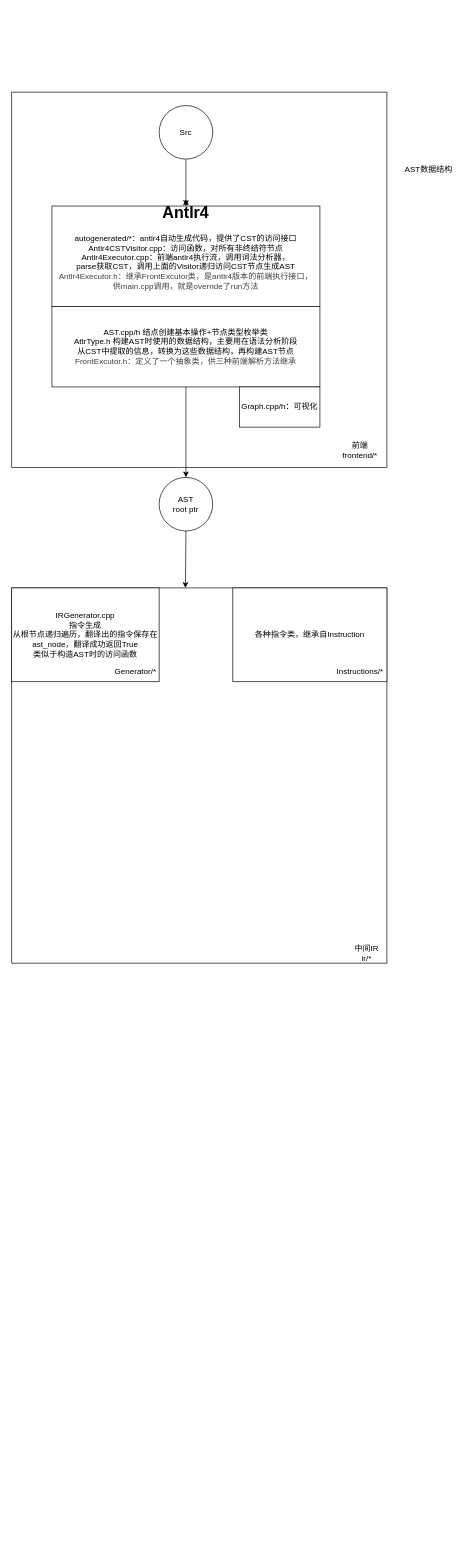
Earlier version of the draw.io diagram struction.drawio (berry212/Compiler_MiniC). Source tidied: cells renumbered, new cells numbered last; positions are measured from the earlier drawing's top-left corner, leaving out a move shared by most shapes. Both pictures are drawn from the tidied source at 67%, with x=0, y=0 at pixel (11, 92).
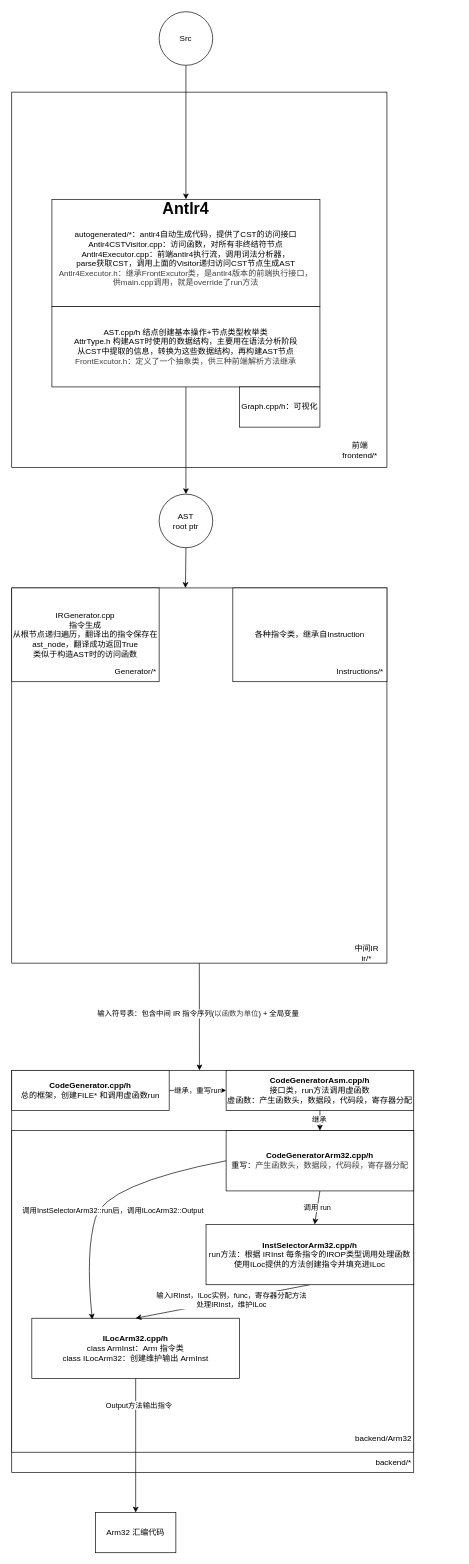
Above is the later version.

Commit message (it also covers changes not shown here):
添加内置函数，完善struction.drawio，ArrayType增加getArrayType方法，增加测试脚本

The change refers to these unchanged cells:
```xml
<mxCell id="11" style="whiteSpace=wrap;html=1;" parent="1" vertex="1">
  <mxGeometry y="740" width="560" height="560" as="geometry" />
</mxCell>
```

What changed in the source:
```diff
@@
     <mxCell id="5" value="&lt;h1&gt;Antlr4&lt;/h1&gt;&lt;div&gt;autogenerated/*：antlr4自动生成代码，提供了CST的访问接口&lt;/div&gt;&lt;div&gt;Antlr4CSTVisitor.cpp：访问函数，对所有非终结符节点&lt;/div&gt;&lt;div&gt;Antlr4Executor.cpp：前端antlr4执行流，调用词法分析器，&lt;/div&gt;&lt;div&gt;parse获取CST，调用上面的Visitor递归访问CST节点生成AST&lt;/div&gt;&lt;div&gt;&lt;span style=&quot;color: rgb(63, 63, 63);&quot;&gt;Antlr4Executor.h：继承FrontExcutor类，是antlr4版本的前端执行接口，&lt;/span&gt;&lt;/div&gt;&lt;div&gt;&lt;span style=&quot;color: rgb(63, 63, 63);&quot;&gt;供main.cpp调用，就是override了run方法&lt;/span&gt;&lt;/div&gt;&lt;div&gt;&lt;br&gt;&lt;/div&gt;&lt;div&gt;&lt;br&gt;&lt;/div&gt;&lt;div&gt;&lt;br&gt;&lt;/div&gt;" style="rounded=0;whiteSpace=wrap;html=1;" parent="1" vertex="1">
-      <mxGeometry x="60" y="170" width="400" height="150" as="geometry" />
+      <mxGeometry x="60" y="160" width="400" height="160" as="geometry" />
     </mxCell>
@@
     <mxCell id="7" value="Src" style="ellipse;whiteSpace=wrap;html=1;" parent="1" vertex="1">
-      <mxGeometry x="220" y="20" width="80" height="80" as="geometry" />
+      <mxGeometry x="220" y="-120" width="80" height="80" as="geometry" />
     </mxCell>
@@
     <mxCell id="9" value="AST&lt;div&gt;root ptr&lt;/div&gt;" style="ellipse;whiteSpace=wrap;html=1;" parent="1" vertex="1">
-      <mxGeometry x="220" y="575" width="80" height="80" as="geometry" />
+      <mxGeometry x="220" y="600" width="80" height="80" as="geometry" />
     </mxCell>
@@
+    <mxCell id="20" style="edgeStyle=none;html=1;exitX=0.5;exitY=1;exitDx=0;exitDy=0;entryX=0.467;entryY=0;entryDx=0;entryDy=0;entryPerimeter=0;" parent="1" edge="1" source="11" target="22">
+      <mxGeometry relative="1" as="geometry" />
+    </mxCell>
+    <mxCell id="21" value="&lt;div&gt;输入符号表：包含&lt;span style=&quot;background-color: light-dark(#ffffff, var(--ge-dark-color, #121212));&quot;&gt;中间 IR 指令序列(&lt;/span&gt;&lt;span style=&quot;color: rgb(63, 63, 63);&quot;&gt;以函数为单位&lt;/span&gt;&lt;span style=&quot;background-color: light-dark(#ffffff, var(--ge-dark-color, #121212));&quot;&gt;) + 全局变量&lt;/span&gt;&lt;/div&gt;" style="edgeLabel;html=1;align=center;verticalAlign=middle;" parent="20" vertex="1">
+      <mxGeometry x="-0.06" y="-3" relative="1" as="geometry" />
+    </mxCell>
@@
-    <mxCell id="13" value="AST数据结构" style="text;html=1;align=center;verticalAlign=middle;whiteSpace=wrap;rounded=0;" parent="1" vertex="1">
-      <mxGeometry x="580" y="100" width="85" height="30" as="geometry" />
-    </mxCell>
@@
+    <mxCell id="22" style="whiteSpace=wrap;html=1;" parent="1" vertex="1">
+      <mxGeometry y="1460" width="600" height="600" as="geometry" />
+    </mxCell>
+    <mxCell id="23" value="backend/*" style="text;html=1;align=center;verticalAlign=middle;whiteSpace=wrap;rounded=0;" parent="1" vertex="1">
+      <mxGeometry x="540" y="2030" width="60" height="30" as="geometry" />
+    </mxCell>
+    <mxCell id="24" style="edgeStyle=none;html=1;exitX=1;exitY=0.5;exitDx=0;exitDy=0;entryX=0;entryY=0.5;entryDx=0;entryDy=0;" parent="1" edge="1" source="26" target="30">
+      <mxGeometry relative="1" as="geometry" />
+    </mxCell>
+    <mxCell id="25" value="继承，重写run" style="edgeLabel;html=1;align=center;verticalAlign=middle;" parent="24" vertex="1">
+      <mxGeometry x="-0.02" y="1" relative="1" as="geometry" />
+    </mxCell>
+    <mxCell id="26" value="&lt;b&gt;CodeGenerator.cpp/h&lt;/b&gt;&lt;div&gt;总的框架，创建FILE* 和调用虚函数run&lt;/div&gt;" style="rounded=0;whiteSpace=wrap;html=1;" parent="1" vertex="1">
+      <mxGeometry y="1460" width="235" height="60" as="geometry" />
+    </mxCell>
+    <mxCell id="27" style="rounded=0;whiteSpace=wrap;html=1;" parent="1" vertex="1">
+      <mxGeometry y="1550" width="600" height="480" as="geometry" />
+    </mxCell>
+    <mxCell id="28" style="edgeStyle=none;html=1;exitX=0.5;exitY=1;exitDx=0;exitDy=0;" parent="1" edge="1">
+      <mxGeometry relative="1" as="geometry">
+        <mxPoint x="460" y="1520" as="sourcePoint" />
+        <mxPoint x="460" y="1550" as="targetPoint" />
+      </mxGeometry>
+    </mxCell>
+    <mxCell id="29" value="继承" style="edgeLabel;html=1;align=center;verticalAlign=middle;" parent="28" vertex="1">
+      <mxGeometry x="-0.12" y="-2" relative="1" as="geometry" />
+    </mxCell>
+    <mxCell id="30" value="&lt;div&gt;&lt;b&gt;CodeGeneratorAsm.cpp/h&lt;/b&gt;&lt;/div&gt;&lt;div&gt;接口类，run方法调用虚函数&lt;/div&gt;&lt;div&gt;虚函数：产生函数头，数据段，代码段，寄存器分配&lt;/div&gt;" style="rounded=0;whiteSpace=wrap;html=1;" parent="1" vertex="1">
+      <mxGeometry x="320" y="1460" width="280" height="60" as="geometry" />
+    </mxCell>
+    <mxCell id="31" value="&lt;span style=&quot;color: rgb(0, 0, 0);&quot;&gt;backend/&lt;/span&gt;Arm32" style="text;html=1;align=center;verticalAlign=middle;whiteSpace=wrap;rounded=0;" parent="1" vertex="1">
+      <mxGeometry x="510" y="1990" width="90" height="40" as="geometry" />
+    </mxCell>
+    <mxCell id="32" style="edgeStyle=none;html=1;exitX=0.5;exitY=1;exitDx=0;exitDy=0;" parent="1" edge="1" source="34" target="40">
+      <mxGeometry relative="1" as="geometry" />
+    </mxCell>
+    <mxCell id="33" value="调用 run" style="edgeLabel;html=1;align=center;verticalAlign=middle;" parent="32" vertex="1">
+      <mxGeometry x="-0.02" y="-1" relative="1" as="geometry" />
+    </mxCell>
+    <mxCell id="34" value="&lt;b&gt;CodeGeneratorArm32.cpp/h&lt;/b&gt;&lt;div&gt;重写：&lt;span style=&quot;background-color: rgb(251, 251, 251); color: rgb(63, 63, 63);&quot;&gt;产生函数头，数据段，代码段，寄存器分配&lt;/span&gt;&lt;/div&gt;" style="rounded=0;whiteSpace=wrap;html=1;" parent="1" vertex="1">
+      <mxGeometry x="320" y="1550" width="280" height="90" as="geometry" />
+    </mxCell>
+    <mxCell id="35" style="edgeStyle=none;html=1;exitX=0.5;exitY=1;exitDx=0;exitDy=0;entryX=0.5;entryY=0;entryDx=0;entryDy=0;" parent="1" edge="1" source="37" target="43">
+      <mxGeometry relative="1" as="geometry" />
+    </mxCell>
+    <mxCell id="36" value="Output方法输出指令" style="edgeLabel;html=1;align=center;verticalAlign=middle;" parent="35" vertex="1">
+      <mxGeometry x="-0.61" y="4" relative="1" as="geometry" />
+    </mxCell>
+    <mxCell id="37" value="&lt;b&gt;ILocArm32.cpp/h&lt;/b&gt;&lt;div&gt;class ArmInst：Arm 指令类&lt;/div&gt;&lt;div&gt;class ILocArm32：创建维护输出 ArmInst&lt;/div&gt;" style="rounded=0;whiteSpace=wrap;html=1;" parent="1" vertex="1">
+      <mxGeometry x="30" y="1830" width="310" height="90" as="geometry" />
+    </mxCell>
+    <mxCell id="38" style="edgeStyle=none;html=1;exitX=0.5;exitY=1;exitDx=0;exitDy=0;entryX=0.5;entryY=0;entryDx=0;entryDy=0;" parent="1" edge="1" source="40" target="37">
+      <mxGeometry relative="1" as="geometry" />
+    </mxCell>
+    <mxCell id="39" value="&lt;div&gt;输入IRInst，ILoc实例，func，寄存器分配方法&lt;/div&gt;处理IRInst，维护ILoc" style="edgeLabel;html=1;align=center;verticalAlign=middle;" parent="38" vertex="1">
+      <mxGeometry x="-0.09" relative="1" as="geometry" />
+    </mxCell>
+    <mxCell id="40" value="&lt;b&gt;InstSelectorArm32.cpp/h&lt;/b&gt;&lt;div&gt;run方法：根据 IRInst 每条指令的IROP类型调用处理函数&lt;/div&gt;&lt;div&gt;使用ILoc提供的方法创建指令并填充进ILoc&lt;/div&gt;" style="rounded=0;whiteSpace=wrap;html=1;" parent="1" vertex="1">
+      <mxGeometry x="290" y="1690" width="310" height="90" as="geometry" />
+    </mxCell>
+    <mxCell id="41" style="curved=1;endArrow=classic;html=1;entryX=0.291;entryY=0.022;entryDx=0;entryDy=0;exitX=0;exitY=0.5;exitDx=0;exitDy=0;entryPerimeter=0;" parent="1" edge="1" source="34" target="37">
+      <mxGeometry relative="1" as="geometry">
+        <Array as="points">
+          <mxPoint x="140" y="1630" />
+          <mxPoint x="110" y="1730" />
+        </Array>
+      </mxGeometry>
+    </mxCell>
+    <mxCell id="42" value="调用InstSelectorArm32::run后，调用ILocArm32::Output" style="edgeLabel;html=1;align=center;verticalAlign=middle;" parent="41" vertex="1">
+      <mxGeometry x="-0.05" y="4" relative="1" as="geometry">
+        <mxPoint x="7" y="37" as="offset" />
+      </mxGeometry>
+    </mxCell>
+    <mxCell id="43" value="&lt;span style=&quot;color: rgb(0, 0, 0);&quot;&gt;Arm32 汇编代码&lt;/span&gt;" style="rounded=0;whiteSpace=wrap;html=1;" parent="1" vertex="1">
+      <mxGeometry x="125" y="2120" width="120" height="60" as="geometry" />
+    </mxCell>
```
